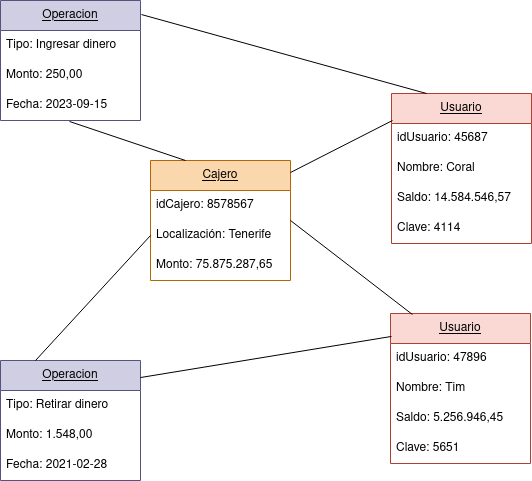
Chugani05/entorno_de_desarrollo keeps this draw.io diagram as diagramas/tarea6 (cajero automatico)/diagrama_objetos_cajero_automatico.png. Above is the earlier version. Source tidied: cells renumbered, new cells last; positions are measured from the earlier drawing's top-left corner, leaving out a move shared by most shapes.
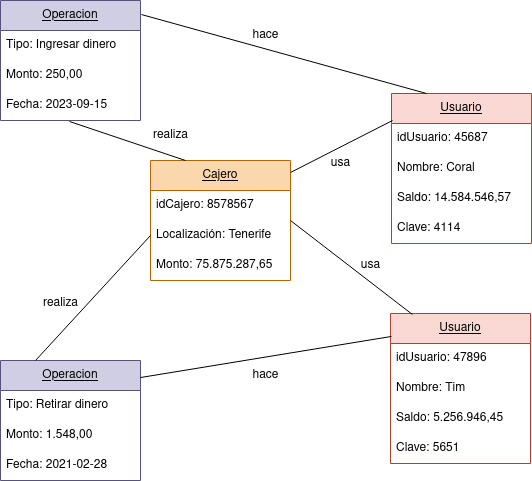
After the commit.

What changed in the source:
```diff
@@ -88,5 +88,23 @@
     <mxCell id="29" style="endArrow=none;html=1;rounded=0;entryX=0.25;entryY=0;entryDx=0;entryDy=0;exitX=0.493;exitY=1.033;exitDx=0;exitDy=0;exitPerimeter=0;" parent="1" edge="1" source="10" target="11">
       <mxGeometry relative="1" as="geometry" />
     </mxCell>
+    <mxCell id="30" value="hace" style="text;html=1;align=center;verticalAlign=middle;strokeColor=none;fillColor=none;" parent="1" vertex="1">
+      <mxGeometry x="240" y="20" width="50" height="30" as="geometry" />
+    </mxCell>
+    <mxCell id="31" value="hace" style="text;html=1;align=center;verticalAlign=middle;strokeColor=none;fillColor=none;" parent="1" vertex="1">
+      <mxGeometry x="240" y="360" width="50" height="30" as="geometry" />
+    </mxCell>
+    <mxCell id="32" value="usa" style="text;html=1;align=center;verticalAlign=middle;strokeColor=none;fillColor=none;" parent="1" vertex="1">
+      <mxGeometry x="320" y="148" width="40" height="30" as="geometry" />
+    </mxCell>
+    <mxCell id="33" value="usa" style="text;html=1;align=center;verticalAlign=middle;strokeColor=none;fillColor=none;" parent="1" vertex="1">
+      <mxGeometry x="350" y="250" width="40" height="30" as="geometry" />
+    </mxCell>
+    <mxCell id="34" value="realiza" style="text;html=1;align=center;verticalAlign=middle;strokeColor=none;fillColor=none;" parent="1" vertex="1">
+      <mxGeometry x="30" y="288" width="60" height="30" as="geometry" />
+    </mxCell>
+    <mxCell id="35" value="realiza" style="text;html=1;align=center;verticalAlign=middle;strokeColor=none;fillColor=none;" parent="1" vertex="1">
+      <mxGeometry x="140" y="120" width="60" height="30" as="geometry" />
+    </mxCell>
   </root>
 </mxGraphModel>
```
